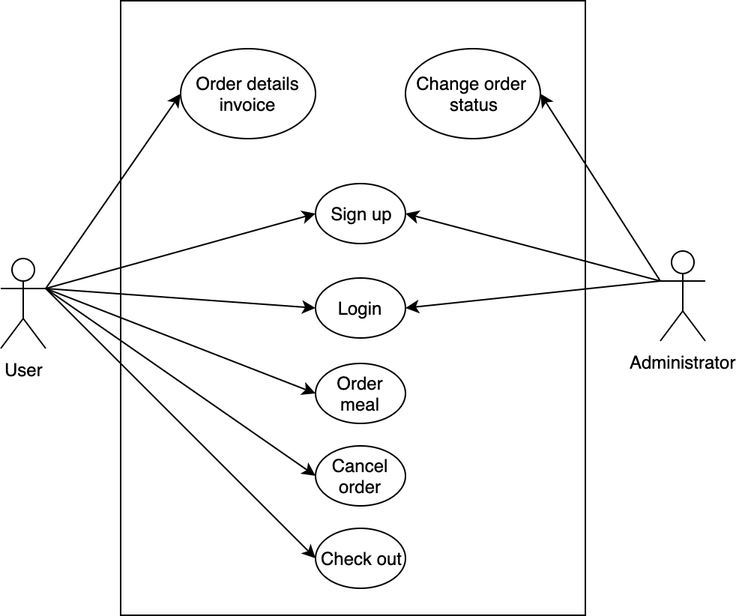
Above: Requirements/media/use-case-diagram.png in imustafin/innopolis-express (draw.io), before the change. Source tidied: cells renumbered, new cells last; positions are measured from the earlier drawing's top-left corner, leaving out a move shared by most shapes.
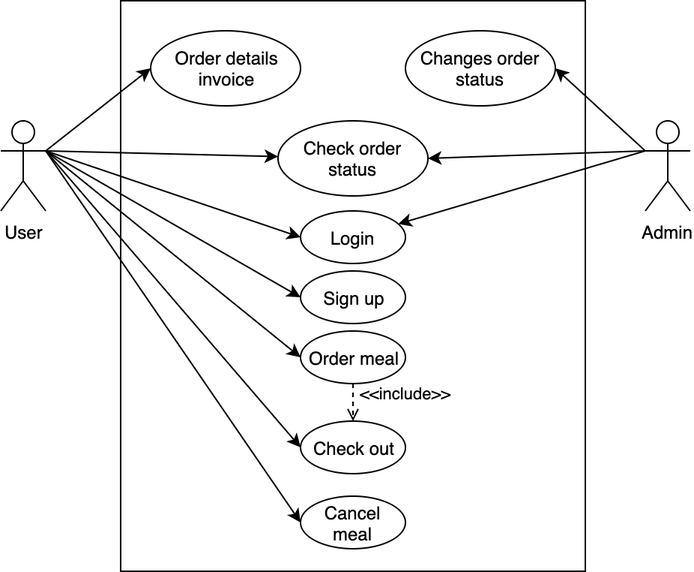
Later version of the same file.

Commit message:
New use case diagram with include relationship between Order Process and Check out Description of the use cases with decision points

Change to the diagram source:
```diff
@@ -2,62 +2,78 @@
   <root>
     <mxCell id="0" />
     <mxCell id="1" parent="0" />
-    <mxCell id="2" style="rounded=0;whiteSpace=wrap;html=1;" parent="1" vertex="1">
-      <mxGeometry x="80" width="310" height="410" as="geometry" />
-    </mxCell>
+    <mxCell id="9" value="User" style="shape=umlActor;html=1;verticalLabelPosition=bottom;verticalAlign=top;align=center;" parent="1" vertex="1">
+      <mxGeometry x="40" y="92" width="30" height="60" as="geometry" />
+    </mxCell>
+    <mxCell id="21" value="Admin" style="shape=umlActor;html=1;verticalLabelPosition=bottom;verticalAlign=top;align=center;" parent="1" vertex="1">
+      <mxGeometry x="470" y="92" width="30" height="60" as="geometry" />
+    </mxCell>
+    <mxCell id="22" style="shape=rect;html=1;verticalAlign=top;fontStyle=1;whiteSpace=wrap;align=center;" parent="1" vertex="1">
+      <mxGeometry x="120" y="12" width="310" height="380" as="geometry" />
+    </mxCell>
+    <mxCell id="12" value="Order details&lt;br&gt;invoice" style="ellipse;whiteSpace=wrap;html=1;" parent="1" vertex="1">
+      <mxGeometry x="140" y="32" width="100" height="50" as="geometry" />
+    </mxCell>
+    <mxCell id="11" value="Sign up" style="ellipse;whiteSpace=wrap;html=1;" parent="1" vertex="1">
+      <mxGeometry x="240" y="192" width="70" height="35" as="geometry" />
+    </mxCell>
+    <mxCell id="13" value="Login" style="ellipse;whiteSpace=wrap;html=1;" parent="1" vertex="1">
+      <mxGeometry x="240" y="152" width="70" height="35" as="geometry" />
+    </mxCell>
+    <mxCell id="23" value="Order meal&lt;span style=&quot;color: rgba(0 , 0 , 0 , 0) ; font-family: monospace ; font-size: 0px ; white-space: nowrap&quot;&gt;%3CmxGraphModel%3E%3Croot%3E%3CmxCell%20id%3D%220%22%2F%3E%3CmxCell%20id%3D%221%22%20parent%3D%220%22%2F%3E%3CmxCell%20id%3D%222%22%20value%3D%22Login%22%20style%3D%22ellipse%3BwhiteSpace%3Dwrap%3Bhtml%3D1%3B%22%20vertex%3D%221%22%20parent%3D%221%22%3E%3CmxGeometry%20x%3D%22530%22%20y%3D%22385%22%20width%3D%2270%22%20height%3D%2235%22%20as%3D%22geometry%22%2F%3E%3C%2FmxCell%3E%3C%2Froot%3E%3C%2FmxGraphModel%3E&lt;/span&gt;" style="ellipse;whiteSpace=wrap;html=1;" parent="1" vertex="1">
+      <mxGeometry x="240" y="232" width="70" height="35" as="geometry" />
+    </mxCell>
+    <mxCell id="24" value="Cancel meal" style="ellipse;whiteSpace=wrap;html=1;" parent="1" vertex="1">
+      <mxGeometry x="240" y="342" width="70" height="35" as="geometry" />
+    </mxCell>
+    <mxCell id="16" value="Check out" style="ellipse;whiteSpace=wrap;html=1;" parent="1" vertex="1">
+      <mxGeometry x="240" y="292" width="70" height="35" as="geometry" />
+    </mxCell>
+    <mxCell id="25" value="Changes order status" style="ellipse;whiteSpace=wrap;html=1;" parent="1" vertex="1">
+      <mxGeometry x="310" y="32" width="100" height="50" as="geometry" />
+    </mxCell>
+    <mxCell id="26" style="rounded=0;jettySize=auto;html=1;entryX=1;entryY=0.5;entryDx=0;entryDy=0;exitX=0;exitY=0.3333333333333333;exitDx=0;exitDy=0;exitPerimeter=0;" parent="1" edge="1" source="21" target="25">
+      <mxGeometry relative="1" as="geometry" />
+    </mxCell>
-    <mxCell id="3" style="rounded=0;jettySize=auto;html=1;exitX=1;exitY=0.3333333333333333;exitDx=0;exitDy=0;exitPerimeter=0;entryX=0;entryY=0.5;entryDx=0;entryDy=0;" parent="1" edge="1" source="9" target="12">
+    <mxCell id="3" style="edgeStyle=none;rounded=0;jettySize=auto;html=1;exitX=1;exitY=0.3333333333333333;exitDx=0;exitDy=0;exitPerimeter=0;entryX=0;entryY=0.5;entryDx=0;entryDy=0;" parent="1" edge="1" source="9" target="12">
       <mxGeometry relative="1" as="geometry" />
     </mxCell>
+    <mxCell id="27" style="edgeStyle=none;rounded=0;jettySize=auto;html=1;entryX=0;entryY=0.5;entryDx=0;entryDy=0;" parent="1" edge="1" target="13">
+      <mxGeometry relative="1" as="geometry">
+        <mxPoint x="70" y="112" as="sourcePoint" />
+      </mxGeometry>
+    </mxCell>
     <mxCell id="4" style="edgeStyle=none;rounded=0;jettySize=auto;html=1;exitX=1;exitY=0.3333333333333333;exitDx=0;exitDy=0;exitPerimeter=0;entryX=0;entryY=0.5;entryDx=0;entryDy=0;" parent="1" edge="1" source="9" target="11">
       <mxGeometry relative="1" as="geometry" />
     </mxCell>
-    <mxCell id="5" style="edgeStyle=none;rounded=0;jettySize=auto;html=1;exitX=1;exitY=0.3333333333333333;exitDx=0;exitDy=0;exitPerimeter=0;entryX=0;entryY=0.5;entryDx=0;entryDy=0;" parent="1" edge="1" source="9" target="13">
-      <mxGeometry relative="1" as="geometry" />
-    </mxCell>
-    <mxCell id="6" style="edgeStyle=none;rounded=0;jettySize=auto;html=1;exitX=1;exitY=0.3333333333333333;exitDx=0;exitDy=0;exitPerimeter=0;entryX=0;entryY=0.5;entryDx=0;entryDy=0;" parent="1" edge="1" source="9" target="17">
-      <mxGeometry relative="1" as="geometry" />
-    </mxCell>
-    <mxCell id="7" style="edgeStyle=none;rounded=0;jettySize=auto;html=1;exitX=1;exitY=0.3333333333333333;exitDx=0;exitDy=0;exitPerimeter=0;entryX=0;entryY=0.5;entryDx=0;entryDy=0;" parent="1" edge="1" source="9" target="15">
-      <mxGeometry relative="1" as="geometry" />
-    </mxCell>
+    <mxCell id="28" style="edgeStyle=none;rounded=0;jettySize=auto;html=1;exitX=1;exitY=0.3333333333333333;exitDx=0;exitDy=0;exitPerimeter=0;entryX=0;entryY=0.5;entryDx=0;entryDy=0;" parent="1" edge="1" source="9" target="23">
+      <mxGeometry relative="1" as="geometry" />
+    </mxCell>
     <mxCell id="8" style="edgeStyle=none;rounded=0;jettySize=auto;html=1;exitX=1;exitY=0.3333333333333333;exitDx=0;exitDy=0;exitPerimeter=0;entryX=0;entryY=0.5;entryDx=0;entryDy=0;" parent="1" edge="1" source="9" target="16">
       <mxGeometry relative="1" as="geometry" />
     </mxCell>
-    <mxCell id="9" value="User" style="shape=umlActor;html=1;verticalLabelPosition=bottom;verticalAlign=top;align=center;" parent="1" vertex="1">
-      <mxGeometry y="172" width="30" height="60" as="geometry" />
-    </mxCell>
-    <mxCell id="10" value="Administrator" style="shape=umlActor;html=1;verticalLabelPosition=bottom;verticalAlign=top;align=center;" parent="1" vertex="1">
-      <mxGeometry x="440" y="167" width="30" height="60" as="geometry" />
-    </mxCell>
-    <mxCell id="11" value="Sign up" style="ellipse;whiteSpace=wrap;html=1;" parent="1" vertex="1">
-      <mxGeometry x="210" y="122" width="60" height="40" as="geometry" />
-    </mxCell>
-    <mxCell id="12" value="Order details invoice" style="ellipse;whiteSpace=wrap;html=1;" parent="1" vertex="1">
-      <mxGeometry x="120" y="32" width="90" height="60" as="geometry" />
-    </mxCell>
-    <mxCell id="13" value="Login" style="ellipse;whiteSpace=wrap;html=1;" parent="1" vertex="1">
-      <mxGeometry x="210" y="185" width="60" height="40" as="geometry" />
-    </mxCell>
-    <mxCell id="14" value="Change order&amp;nbsp;&lt;br&gt;status" style="ellipse;whiteSpace=wrap;html=1;" parent="1" vertex="1">
-      <mxGeometry x="270" y="32" width="90" height="60" as="geometry" />
-    </mxCell>
-    <mxCell id="15" value="Cancel order" style="ellipse;whiteSpace=wrap;html=1;" parent="1" vertex="1">
-      <mxGeometry x="210" y="297" width="60" height="40" as="geometry" />
-    </mxCell>
-    <mxCell id="16" value="Check out" style="ellipse;whiteSpace=wrap;html=1;" parent="1" vertex="1">
-      <mxGeometry x="210" y="352" width="60" height="40" as="geometry" />
-    </mxCell>
-    <mxCell id="17" value="Order meal" style="ellipse;whiteSpace=wrap;html=1;" parent="1" vertex="1">
-      <mxGeometry x="210" y="242" width="60" height="40" as="geometry" />
-    </mxCell>
-    <mxCell id="18" style="edgeStyle=none;rounded=0;jettySize=auto;html=1;exitX=0;exitY=0.3333333333333333;exitDx=0;exitDy=0;exitPerimeter=0;entryX=1;entryY=0.5;entryDx=0;entryDy=0;" parent="1" edge="1" source="10" target="14">
-      <mxGeometry relative="1" as="geometry" />
-    </mxCell>
-    <mxCell id="19" style="edgeStyle=none;rounded=0;jettySize=auto;html=1;exitX=0;exitY=0.3333333333333333;exitDx=0;exitDy=0;exitPerimeter=0;entryX=1;entryY=0.5;entryDx=0;entryDy=0;" parent="1" edge="1" source="10" target="11">
-      <mxGeometry relative="1" as="geometry" />
-    </mxCell>
-    <mxCell id="20" style="edgeStyle=none;rounded=0;jettySize=auto;html=1;exitX=0;exitY=0.3333333333333333;exitDx=0;exitDy=0;exitPerimeter=0;entryX=1;entryY=0.5;entryDx=0;entryDy=0;" parent="1" edge="1" source="10" target="13">
-      <mxGeometry relative="1" as="geometry" />
-    </mxCell>
+    <mxCell id="29" style="edgeStyle=none;rounded=0;jettySize=auto;html=1;exitX=1;exitY=0.3333333333333333;exitDx=0;exitDy=0;exitPerimeter=0;entryX=0;entryY=0.5;entryDx=0;entryDy=0;" parent="1" edge="1" source="9" target="24">
+      <mxGeometry relative="1" as="geometry" />
+    </mxCell>
+    <mxCell id="30" value="Check order status" style="ellipse;whiteSpace=wrap;html=1;" parent="1" vertex="1">
+      <mxGeometry x="225" y="92" width="100" height="50" as="geometry" />
+    </mxCell>
+    <mxCell id="31" style="edgeStyle=none;rounded=0;jettySize=auto;html=1;exitX=1;exitY=0.3333333333333333;exitDx=0;exitDy=0;exitPerimeter=0;" parent="1" edge="1" source="9" target="30">
+      <mxGeometry relative="1" as="geometry" />
+    </mxCell>
+    <mxCell id="32" style="edgeStyle=none;rounded=0;jettySize=auto;html=1;exitX=0;exitY=0.3333333333333333;exitDx=0;exitDy=0;exitPerimeter=0;entryX=1;entryY=0.5;entryDx=0;entryDy=0;" parent="1" edge="1" source="21" target="30">
+      <mxGeometry relative="1" as="geometry" />
+    </mxCell>
+    <mxCell id="33" style="edgeStyle=none;rounded=0;jettySize=auto;html=1;exitX=0;exitY=0.3333333333333333;exitDx=0;exitDy=0;exitPerimeter=0;" parent="1" edge="1" source="21" target="13">
+      <mxGeometry relative="1" as="geometry" />
+    </mxCell>
+    <mxCell id="34" style="edgeStyle=none;rounded=0;orthogonalLoop=1;jettySize=auto;html=1;exitX=0.5;exitY=1;exitDx=0;exitDy=0;" parent="1" edge="1" source="23" target="23">
+      <mxGeometry relative="1" as="geometry" />
+    </mxCell>
+    <mxCell id="35" value="&amp;lt;&amp;lt;include&amp;gt;&amp;gt;" style="edgeStyle=none;html=1;endArrow=open;verticalAlign=bottom;dashed=1;labelBackgroundColor=none;" parent="1" edge="1" source="23">
+      <mxGeometry x="0.2" y="35" relative="1" as="geometry">
+        <mxPoint x="275" y="292" as="targetPoint" />
+      </mxGeometry>
+    </mxCell>
   </root>
 </mxGraphModel>
```
